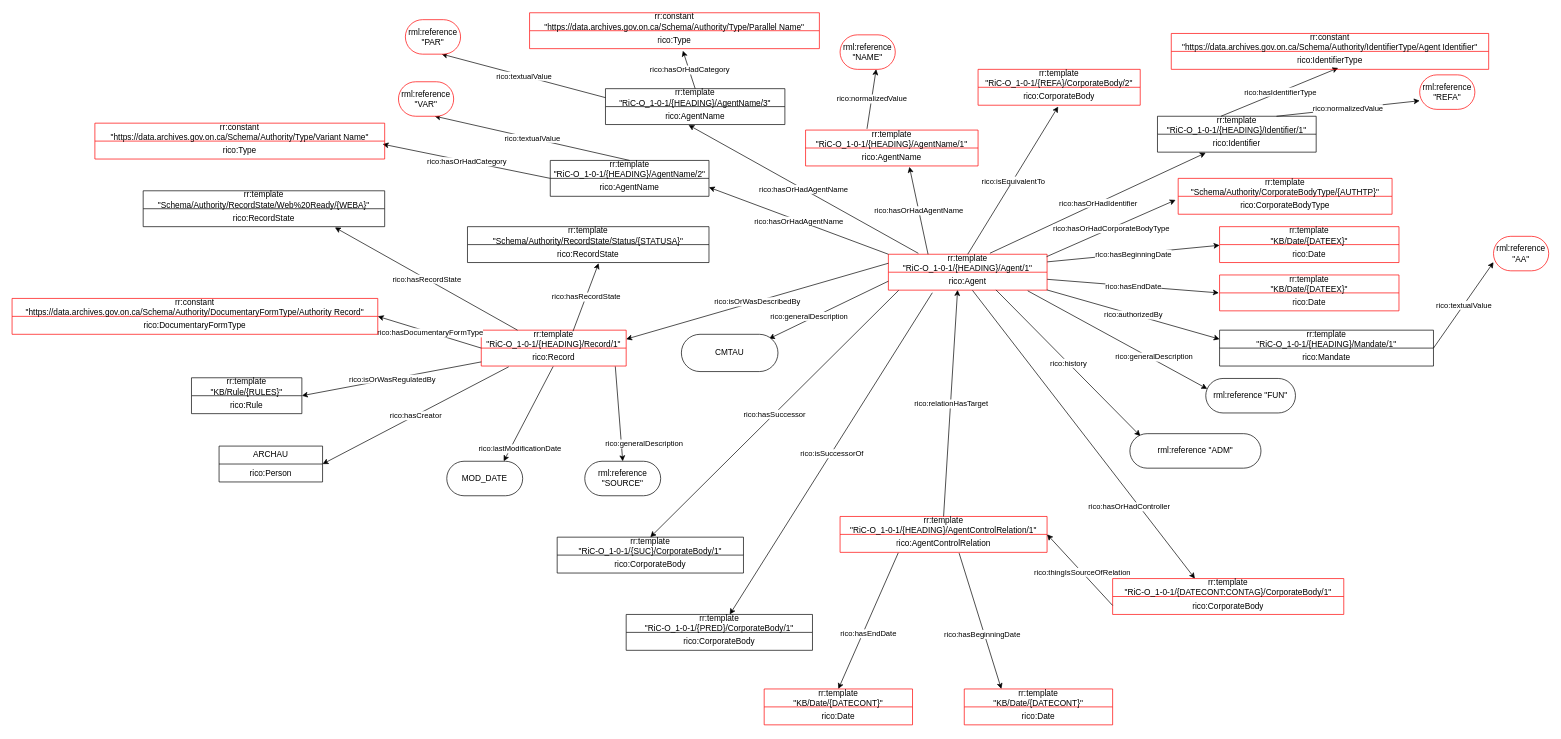
The draw.io diagram gbad/schema/authority/General Authority to RiC-O Model_2024-08-23_PZ.drawio in gbad-project/records_in_contexts_draw_io_parser, before the edit. Source tidied: cells renumbered, new cells numbered last; positions are measured from the earlier drawing's top-left corner, leaving out a move shared by most shapes. Both pictures are drawn from the tidied source at 69%, with x=0, y=0 at pixel (12, 12).
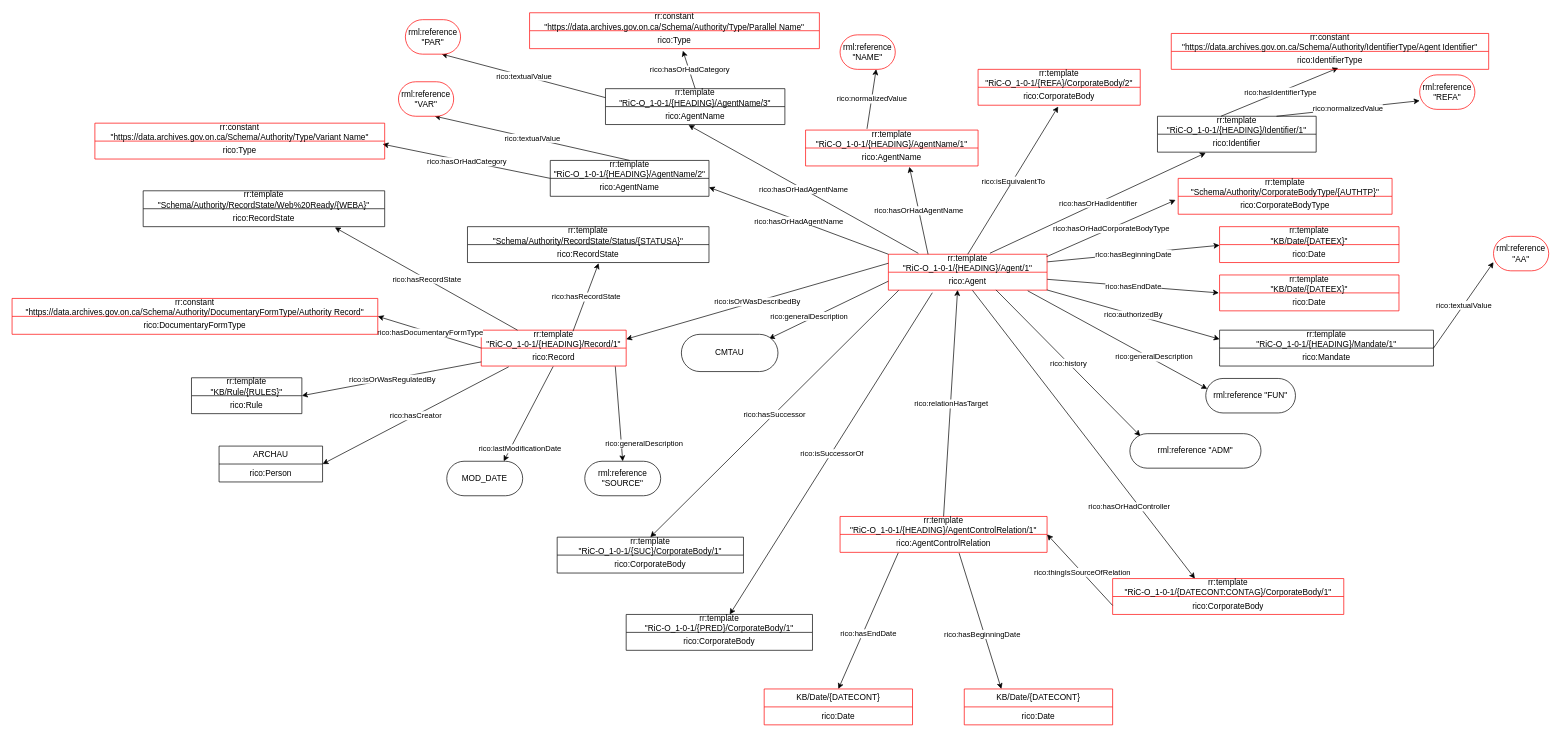
Above is the later version.

Commit message (it also covers changes not shown here):
Remove DATECONT from Auth general graph

Because the column is absent in the source csv.

Change to the diagram source:
```diff
@@
-    <mxCell id="84" value="&lt;div&gt;&lt;span style=&quot;background-color: initial;&quot;&gt;rr:template&lt;br&gt;&lt;/span&gt;&lt;span style=&quot;background-color: initial;&quot;&gt;&quot;KB/Date&lt;/span&gt;&lt;span style=&quot;background-color: initial;&quot;&gt;/{&lt;/span&gt;DATECONT&lt;span style=&quot;background-color: initial;&quot;&gt;}&quot;&lt;/span&gt;&lt;/div&gt;" style="swimlane;fontStyle=0;horizontal=1;startSize=26;fillColor=none;whiteSpace=wrap;html=1;strokeColor=#FF0000;" parent="1" vertex="1">
+    <mxCell id="84" value="&lt;div&gt;&lt;span style=&quot;background-color: initial;&quot;&gt;KB/Date&lt;/span&gt;&lt;span style=&quot;background-color: initial;&quot;&gt;/{&lt;/span&gt;DATECONT&lt;span style=&quot;background-color: initial;&quot;&gt;}&lt;/span&gt;&lt;/div&gt;" style="swimlane;fontStyle=0;horizontal=1;startSize=26;fillColor=none;whiteSpace=wrap;html=1;strokeColor=#FF0000;" parent="1" vertex="1">
       <mxGeometry x="1380" y="980" width="215" height="52" as="geometry" />
     </mxCell>
@@
-    <mxCell id="88" value="&lt;span style=&quot;background-color: initial;&quot;&gt;rr:template&lt;br&gt;&lt;/span&gt;&lt;span style=&quot;background-color: initial;&quot;&gt;&quot;KB/Date&lt;/span&gt;&lt;span style=&quot;background-color: initial;&quot;&gt;/{&lt;/span&gt;DATECONT&lt;span style=&quot;background-color: initial;&quot;&gt;}&quot;&lt;/span&gt;" style="swimlane;fontStyle=0;horizontal=1;startSize=26;fillColor=none;whiteSpace=wrap;html=1;strokeColor=#FF0000;" parent="1" vertex="1">
+    <mxCell id="88" value="&lt;span style=&quot;background-color: initial;&quot;&gt;KB/Date&lt;/span&gt;&lt;span style=&quot;background-color: initial;&quot;&gt;/{&lt;/span&gt;DATECONT&lt;span style=&quot;background-color: initial;&quot;&gt;}&lt;/span&gt;" style="swimlane;fontStyle=0;horizontal=1;startSize=26;fillColor=none;whiteSpace=wrap;html=1;strokeColor=#FF0000;" parent="1" vertex="1">
       <mxGeometry x="1090" y="980" width="215" height="52" as="geometry" />
     </mxCell>
```
